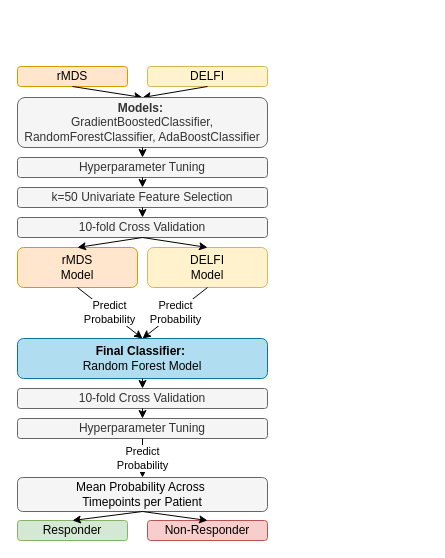
bananasrlowkeygood/bananasrlowkeygood.github.io keeps this draw.io diagram as epifluidlab/F3A.drawio. Above is the earlier version. Source tidied: cells renumbered, new cells numbered last; positions are measured from the earlier drawing's top-left corner, leaving out a move shared by most shapes. Both pictures are drawn from the tidied source at 100%, with x=0, y=0 at pixel (17, 66).
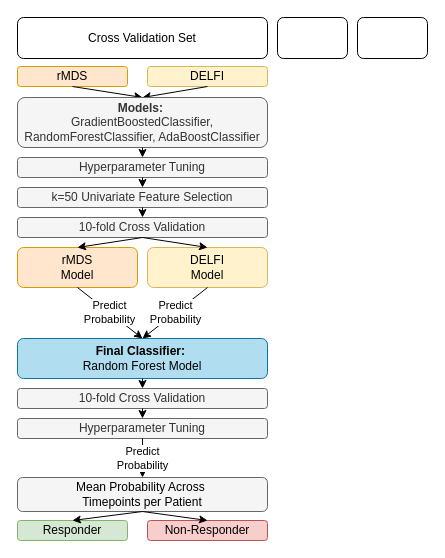
Above is the later version.

The edit, as a diff of the source:
```diff
@@
+    <mxCell id="30" value="Cross Validation Set" style="rounded=1;whiteSpace=wrap;html=1;" parent="1" vertex="1">
+      <mxGeometry y="-49" width="250" height="41" as="geometry" />
+    </mxCell>
+    <mxCell id="31" style="rounded=1;whiteSpace=wrap;html=1;" parent="1" vertex="1">
+      <mxGeometry x="260" y="-49" width="70" height="41" as="geometry" />
+    </mxCell>
+    <mxCell id="32" style="rounded=1;whiteSpace=wrap;html=1;" parent="1" vertex="1">
+      <mxGeometry x="340" y="-49" width="70" height="41" as="geometry" />
+    </mxCell>
```
